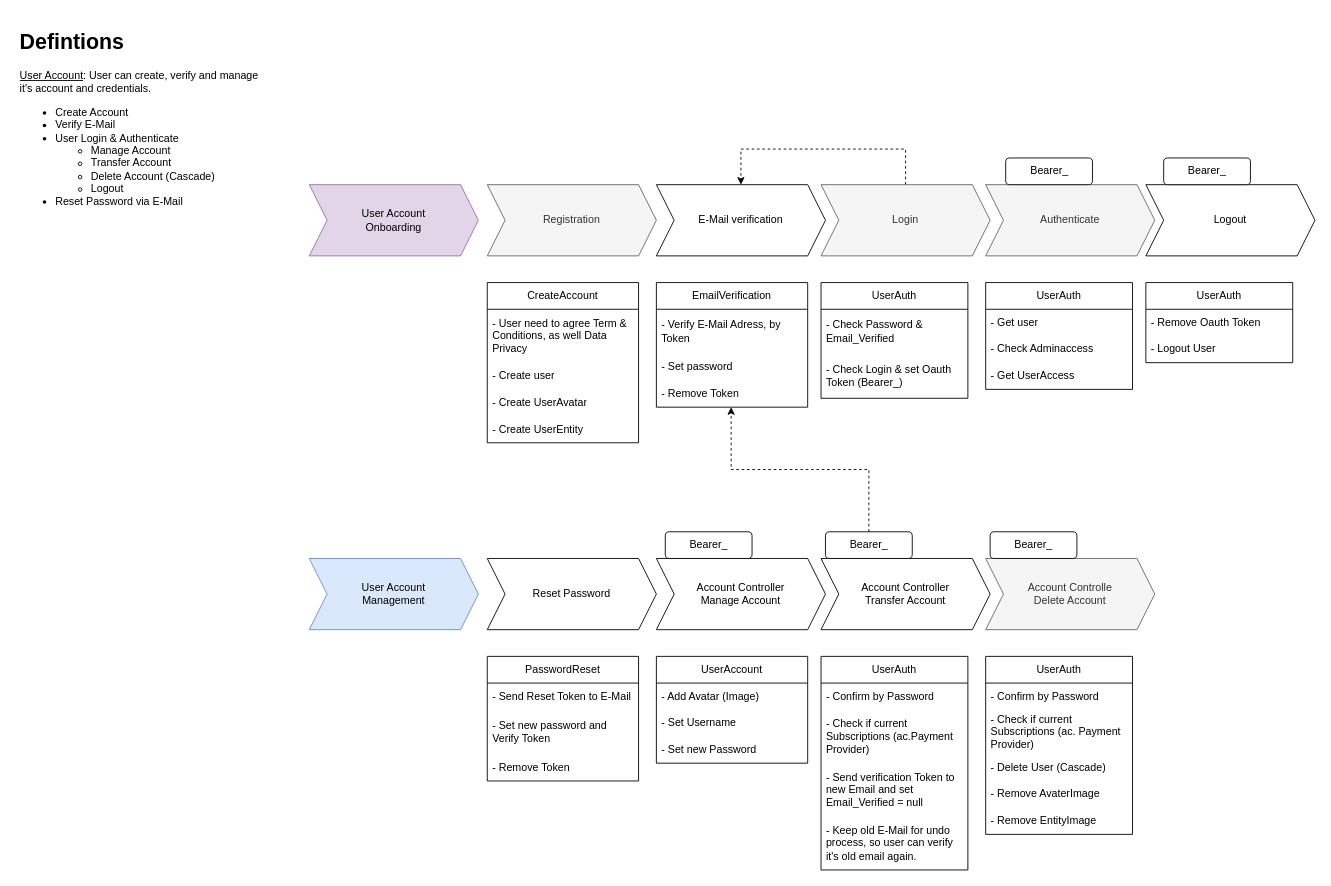
This is page "Process Overview" (2 of 6) of docs/Features/_archiv/01 - Useraccount - Kopie.drawio from CarlsonBuma/laravel-quasar-template, a draw.io file, before an edit. Source tidied: cells renumbered, new cells numbered last; positions are measured from the earlier drawing's top-left corner, leaving out a move shared by most shapes. Both pictures are drawn from the tidied source at 89%, with x=0, y=0 at pixel (15, 24).
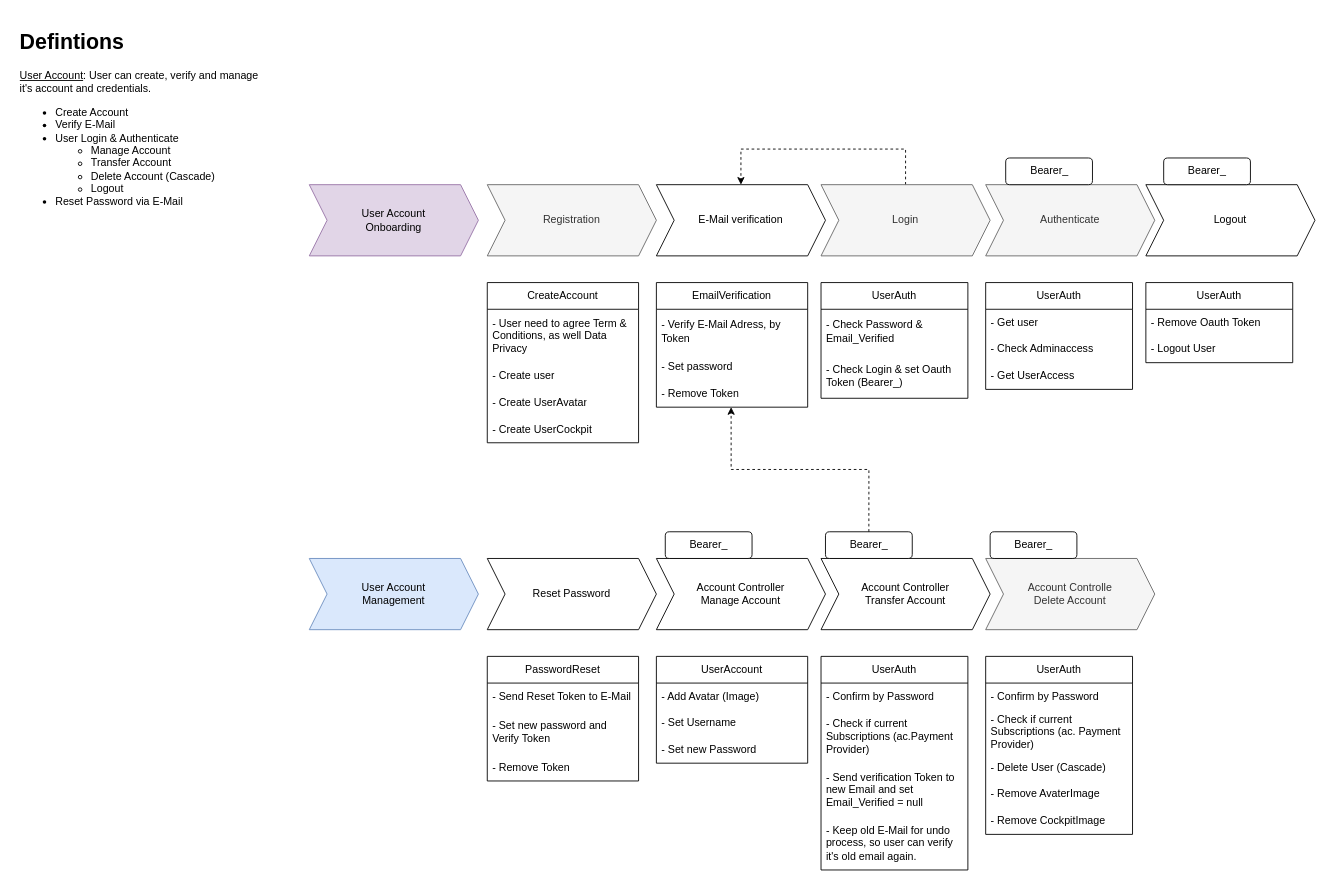
After the change.

Unchanged cells that the change refers to:
```xml
<mxCell id="3" value="CreateAccount" style="swimlane;fontStyle=0;horizontal=1;startSize=30;whiteSpace=wrap;html=1;" parent="1" vertex="1">
  <mxGeometry x="530" y="290" width="170" height="180" as="geometry" />
</mxCell>
<mxCell id="46" value="UserAuth" style="swimlane;fontStyle=0;horizontal=1;startSize=30;whiteSpace=wrap;html=1;" parent="1" vertex="1">
  <mxGeometry x="1090" y="710" width="165" height="200" as="geometry" />
</mxCell>
```

Change to the diagram source:
```diff
@@
-    <mxCell id="7" value="- Create UserEntity" style="text;strokeColor=none;fillColor=none;align=left;verticalAlign=middle;spacingLeft=4;spacingRight=4;overflow=hidden;whiteSpace=wrap;html=1;" parent="3" vertex="1">
+    <mxCell id="7" value="- Create UserCockpit" style="text;strokeColor=none;fillColor=none;align=left;verticalAlign=middle;spacingLeft=4;spacingRight=4;overflow=hidden;whiteSpace=wrap;html=1;" parent="3" vertex="1">
       <mxGeometry y="150" width="170" height="30" as="geometry" />
     </mxCell>
@@
-    <mxCell id="51" value="- Remove EntityImage" style="text;strokeColor=none;fillColor=none;align=left;verticalAlign=middle;spacingLeft=4;spacingRight=4;overflow=hidden;whiteSpace=wrap;html=1;" parent="46" vertex="1">
+    <mxCell id="51" value="- Remove CockpitImage" style="text;strokeColor=none;fillColor=none;align=left;verticalAlign=middle;spacingLeft=4;spacingRight=4;overflow=hidden;whiteSpace=wrap;html=1;" parent="46" vertex="1">
       <mxGeometry y="170" width="165" height="30" as="geometry" />
     </mxCell>
```
